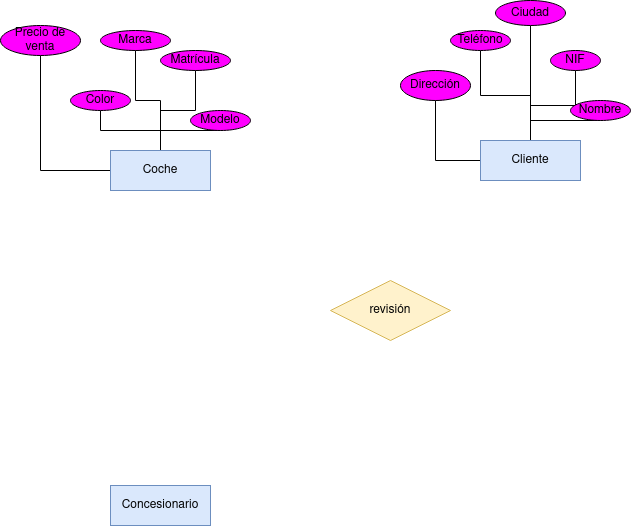
RafaelMayor/base-datos keeps this draw.io diagram as Unidad-1/Tareas/Tarea-6/Diagrama Tarea 7.drawio.png. Above is the earlier version. Source tidied: cells renumbered, new cells last; positions are measured from the earlier drawing's top-left corner, leaving out a move shared by most shapes.
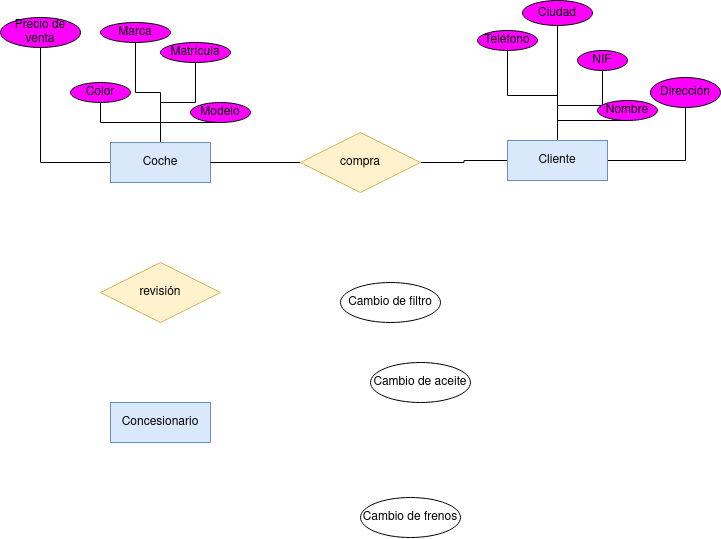
After the change.

Change to the diagram source:
```diff
@@ -21,7 +21,7 @@
       <mxGeometry x="110" y="150" width="100" height="40" as="geometry" />
     </mxCell>
     <mxCell id="8" value="Concesionario" style="whiteSpace=wrap;html=1;align=center;fillColor=#dae8fc;strokeColor=#6c8ebf;" parent="1" vertex="1">
-      <mxGeometry x="110" y="485" width="100" height="40" as="geometry" />
+      <mxGeometry x="110" y="410" width="100" height="40" as="geometry" />
     </mxCell>
     <mxCell id="9" style="edgeStyle=orthogonalEdgeStyle;rounded=0;jettySize=auto;html=1;entryX=0.5;entryY=1;entryDx=0;entryDy=0;endArrow=none;endFill=0;" parent="1" edge="1" source="14" target="24">
       <mxGeometry relative="1" as="geometry" />
@@ -38,8 +38,11 @@
     <mxCell id="13" style="edgeStyle=orthogonalEdgeStyle;rounded=0;jettySize=auto;html=1;entryX=0.5;entryY=1;entryDx=0;entryDy=0;endArrow=none;endFill=0;" parent="1" edge="1" source="14" target="22">
       <mxGeometry relative="1" as="geometry" />
     </mxCell>
+    <mxCell id="26" style="edgeStyle=orthogonalEdgeStyle;rounded=0;jettySize=auto;html=1;entryX=1;entryY=0.5;entryDx=0;entryDy=0;endArrow=none;endFill=0;" parent="1" edge="1" source="14" target="31">
+      <mxGeometry relative="1" as="geometry" />
+    </mxCell>
     <mxCell id="14" value="Cliente" style="whiteSpace=wrap;html=1;align=center;fillColor=#dae8fc;strokeColor=#6c8ebf;" parent="1" vertex="1">
-      <mxGeometry x="480" y="140" width="100" height="40" as="geometry" />
+      <mxGeometry x="507" y="148" width="100" height="40" as="geometry" />
     </mxCell>
     <mxCell id="15" value="Marca" style="ellipse;whiteSpace=wrap;html=1;align=center;fillColor=#FF00FF;" parent="1" vertex="1">
       <mxGeometry x="100" y="30" width="70" height="20" as="geometry" />
@@ -57,22 +60,37 @@
       <mxGeometry x="160" y="50" width="70" height="20" as="geometry" />
     </mxCell>
     <mxCell id="20" value="Teléfono" style="ellipse;whiteSpace=wrap;html=1;align=center;fillColor=#FF00FF;" parent="1" vertex="1">
-      <mxGeometry x="450" y="30" width="60" height="20" as="geometry" />
+      <mxGeometry x="477" y="38" width="60" height="20" as="geometry" />
     </mxCell>
     <mxCell id="21" value="Ciudad" style="ellipse;whiteSpace=wrap;html=1;align=center;fillColor=#FF00FF;" parent="1" vertex="1">
-      <mxGeometry x="495" width="70" height="25" as="geometry" />
+      <mxGeometry x="522" y="8" width="70" height="25" as="geometry" />
     </mxCell>
     <mxCell id="22" value="Dirección" style="ellipse;whiteSpace=wrap;html=1;align=center;fillColor=#FF00FF;" parent="1" vertex="1">
-      <mxGeometry x="400" y="70" width="70" height="30" as="geometry" />
+      <mxGeometry x="650" y="85" width="70" height="30" as="geometry" />
     </mxCell>
     <mxCell id="23" value="Nombre" style="ellipse;whiteSpace=wrap;html=1;align=center;fillColor=#FF00FF;" parent="1" vertex="1">
-      <mxGeometry x="570" y="100" width="60" height="20" as="geometry" />
+      <mxGeometry x="597" y="108" width="60" height="20" as="geometry" />
     </mxCell>
     <mxCell id="24" value="NIF" style="ellipse;whiteSpace=wrap;html=1;align=center;fillColor=#FF00FF;" parent="1" vertex="1">
-      <mxGeometry x="550" y="50" width="50" height="20" as="geometry" />
+      <mxGeometry x="577" y="58" width="50" height="20" as="geometry" />
     </mxCell>
     <mxCell id="25" value="revisión" style="shape=rhombus;perimeter=rhombusPerimeter;whiteSpace=wrap;html=1;align=center;fillColor=#fff2cc;strokeColor=#d6b656;" parent="1" vertex="1">
-      <mxGeometry x="330" y="280" width="120" height="60" as="geometry" />
+      <mxGeometry x="100" y="270" width="120" height="60" as="geometry" />
     </mxCell>
+    <mxCell id="27" value="Cambio de filtro" style="ellipse;whiteSpace=wrap;html=1;align=center;" parent="1" vertex="1">
+      <mxGeometry x="340" y="290" width="100" height="40" as="geometry" />
+    </mxCell>
+    <mxCell id="28" value="Cambio de aceite" style="ellipse;whiteSpace=wrap;html=1;align=center;" parent="1" vertex="1">
+      <mxGeometry x="370" y="370" width="100" height="40" as="geometry" />
+    </mxCell>
+    <mxCell id="29" value="Cambio de frenos" style="ellipse;whiteSpace=wrap;html=1;align=center;" parent="1" vertex="1">
+      <mxGeometry x="360" y="505" width="100" height="40" as="geometry" />
+    </mxCell>
+    <mxCell id="30" style="edgeStyle=orthogonalEdgeStyle;rounded=0;jettySize=auto;html=1;entryX=1;entryY=0.5;entryDx=0;entryDy=0;endArrow=none;endFill=0;" parent="1" edge="1" source="31" target="7">
+      <mxGeometry relative="1" as="geometry" />
+    </mxCell>
+    <mxCell id="31" value="compra" style="shape=rhombus;perimeter=rhombusPerimeter;whiteSpace=wrap;html=1;align=center;fillColor=#fff2cc;strokeColor=#d6b656;" parent="1" vertex="1">
+      <mxGeometry x="300" y="140" width="120" height="60" as="geometry" />
+    </mxCell>
   </root>
 </mxGraphModel>
```
